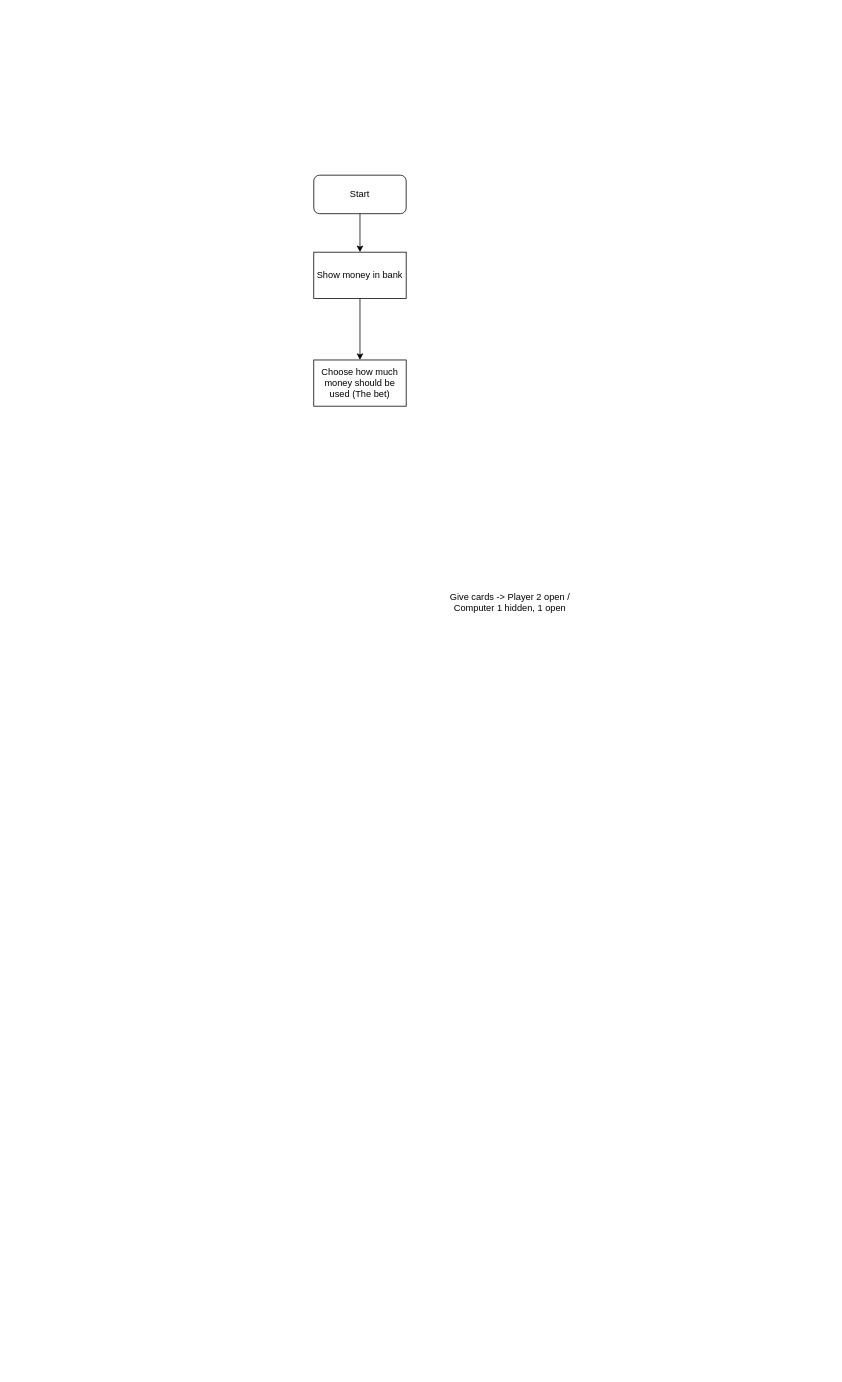
Lynxclick/100-Days-Python-Challenge-UL keeps this draw.io diagram as Untitled Diagram.drawio. Above is the earlier version. Source tidied: cells renumbered, new cells numbered last; positions are measured from the earlier drawing's top-left corner, leaving out a move shared by most shapes. Both pictures are drawn from the tidied source at 77%, with x=0, y=0 at pixel (313, 175).
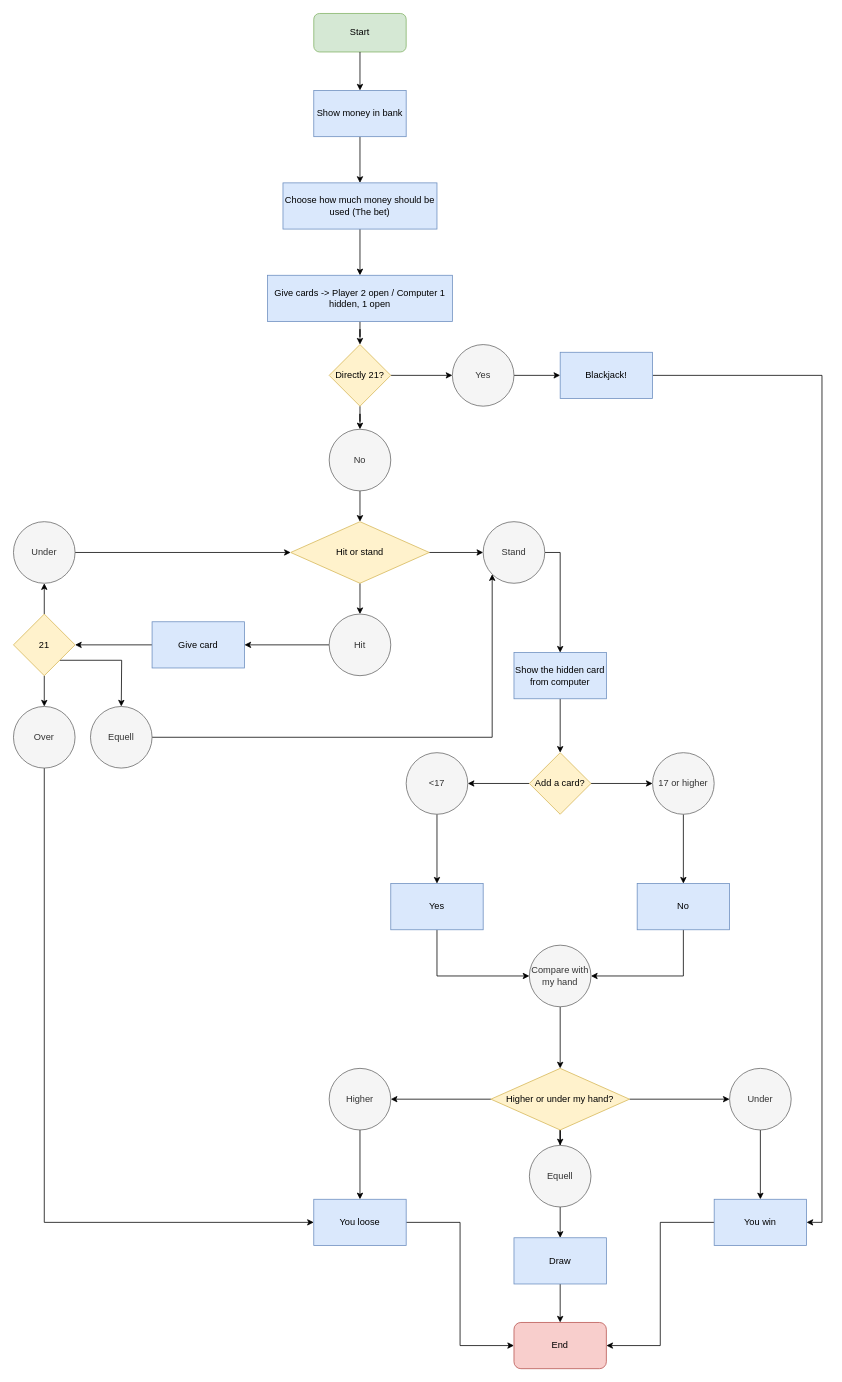
After the change.

Commit message (it also covers changes not shown here):
Update Diagram blackjack

Diff of the diagram source:
```diff
@@
-    <mxCell id="2" value="Start" style="rounded=1;whiteSpace=wrap;html=1;" parent="1" vertex="1">
-      <mxGeometry width="120" height="50" as="geometry" />
+    <mxCell id="2" value="Start" style="rounded=1;whiteSpace=wrap;html=1;fillColor=#d5e8d4;strokeColor=#82b366;" parent="1" vertex="1">
+      <mxGeometry y="-210" width="120" height="50" as="geometry" />
     </mxCell>
     <mxCell id="3" style="endArrow=classic;html=1;rounded=0;exitX=0.5;exitY=1;exitDx=0;exitDy=0;" parent="1" edge="1" source="2">
       <mxGeometry relative="1" as="geometry">
-        <mxPoint x="60" y="100" as="targetPoint" />
+        <mxPoint x="60" y="-110" as="targetPoint" />
       </mxGeometry>
     </mxCell>
-    <mxCell id="4" value="Give cards -&amp;gt; Player 2 open / Computer 1 hidden, 1 open" style="text;html=1;strokeColor=none;fillColor=none;align=center;verticalAlign=middle;whiteSpace=wrap;rounded=0;" parent="1" vertex="1">
-      <mxGeometry x="160" y="530" width="190" height="50" as="geometry" />
-    </mxCell>
-    <mxCell id="5" style="edgeStyle=orthogonalEdgeStyle;rounded=0;jettySize=auto;html=1;" parent="1" edge="1" source="6" target="7">
+    <mxCell id="5" style="edgeStyle=orthogonalEdgeStyle;rounded=0;jettySize=auto;html=1;entryX=0.5;entryY=0;entryDx=0;entryDy=0;" parent="1" edge="1" source="6" target="7">
       <mxGeometry relative="1" as="geometry" />
     </mxCell>
-    <mxCell id="6" value="Show money in bank" style="rounded=0;whiteSpace=wrap;html=1;" parent="1" vertex="1">
-      <mxGeometry y="100" width="120" height="60" as="geometry" />
+    <mxCell id="6" value="Show money in bank" style="rounded=0;whiteSpace=wrap;html=1;fillColor=#dae8fc;strokeColor=#6c8ebf;" parent="1" vertex="1">
+      <mxGeometry y="-110" width="120" height="60" as="geometry" />
     </mxCell>
+    <mxCell id="8" style="edgeStyle=orthogonalEdgeStyle;rounded=0;jettySize=auto;html=1;" parent="1" edge="1" source="10" target="14">
+      <mxGeometry relative="1" as="geometry" />
+    </mxCell>
+    <mxCell id="9" style="edgeStyle=orthogonalEdgeStyle;rounded=0;jettySize=auto;html=1;" parent="1" edge="1" source="10" target="17">
+      <mxGeometry relative="1" as="geometry" />
+    </mxCell>
+    <mxCell id="10" value="Hit or stand" style="rhombus;whiteSpace=wrap;html=1;rounded=0;fillColor=#fff2cc;strokeColor=#d6b656;" parent="1" vertex="1">
+      <mxGeometry x="-30" y="450" width="180" height="80" as="geometry" />
+    </mxCell>
+    <mxCell id="11" style="edgeStyle=orthogonalEdgeStyle;rounded=0;jettySize=auto;html=1;exitX=0;exitY=0.5;exitDx=0;exitDy=0;" parent="1" edge="1" source="14" target="13">
+      <mxGeometry relative="1" as="geometry" />
+    </mxCell>
+    <mxCell id="12" style="edgeStyle=orthogonalEdgeStyle;rounded=0;jettySize=auto;html=1;" parent="1" edge="1" source="13" target="50">
+      <mxGeometry relative="1" as="geometry" />
+    </mxCell>
+    <mxCell id="13" value="Give card" style="whiteSpace=wrap;html=1;rounded=0;fillColor=#dae8fc;strokeColor=#6c8ebf;" parent="1" vertex="1">
+      <mxGeometry x="-210" y="580" width="120" height="60" as="geometry" />
+    </mxCell>
+    <mxCell id="14" value="Hit" style="ellipse;whiteSpace=wrap;html=1;rounded=0;fillColor=#f5f5f5;fontColor=#333333;strokeColor=#666666;" parent="1" vertex="1">
+      <mxGeometry x="20" y="570" width="80" height="80" as="geometry" />
+    </mxCell>
+    <mxCell id="15" style="edgeStyle=orthogonalEdgeStyle;rounded=0;jettySize=auto;html=1;exitX=0.5;exitY=1;exitDx=0;exitDy=0;" parent="1" edge="1" source="7" target="4">
+      <mxGeometry relative="1" as="geometry" />
+    </mxCell>
+    <mxCell id="16" style="edgeStyle=orthogonalEdgeStyle;rounded=0;jettySize=auto;html=1;exitX=1;exitY=0.5;exitDx=0;exitDy=0;entryX=0.5;entryY=0;entryDx=0;entryDy=0;" parent="1" edge="1" source="17" target="20">
+      <mxGeometry relative="1" as="geometry" />
+    </mxCell>
+    <mxCell id="17" value="Stand" style="ellipse;whiteSpace=wrap;html=1;rounded=0;fillColor=#f5f5f5;fontColor=#333333;strokeColor=#666666;" parent="1" vertex="1">
+      <mxGeometry x="220" y="450" width="80" height="80" as="geometry" />
+    </mxCell>
+    <mxCell id="18" style="edgeStyle=orthogonalEdgeStyle;rounded=0;jettySize=auto;html=1;" parent="1" edge="1" source="4" target="57">
+      <mxGeometry relative="1" as="geometry" />
+    </mxCell>
+    <mxCell id="4" value="Give cards -&amp;gt; Player 2 open / Computer 1 hidden, 1 open" style="whiteSpace=wrap;html=1;rounded=0;fillColor=#dae8fc;strokeColor=#6c8ebf;" parent="1" vertex="1">
+      <mxGeometry x="-60" y="130" width="240" height="60" as="geometry" />
+    </mxCell>
+    <mxCell id="19" style="edgeStyle=orthogonalEdgeStyle;rounded=0;jettySize=auto;html=1;" parent="1" edge="1" source="20" target="23">
+      <mxGeometry relative="1" as="geometry" />
+    </mxCell>
+    <mxCell id="20" value="Show the hidden card from computer" style="whiteSpace=wrap;html=1;rounded=0;fillColor=#dae8fc;strokeColor=#6c8ebf;" parent="1" vertex="1">
+      <mxGeometry x="260" y="620" width="120" height="60" as="geometry" />
+    </mxCell>
+    <mxCell id="21" style="edgeStyle=orthogonalEdgeStyle;rounded=0;jettySize=auto;html=1;" parent="1" edge="1" source="23" target="25">
+      <mxGeometry relative="1" as="geometry" />
+    </mxCell>
+    <mxCell id="22" style="edgeStyle=orthogonalEdgeStyle;rounded=0;jettySize=auto;html=1;" parent="1" edge="1" source="23" target="29">
+      <mxGeometry relative="1" as="geometry" />
+    </mxCell>
+    <mxCell id="23" value="Add a card?" style="rhombus;whiteSpace=wrap;html=1;rounded=0;fillColor=#fff2cc;strokeColor=#d6b656;" parent="1" vertex="1">
+      <mxGeometry x="280" y="750" width="80" height="80" as="geometry" />
+    </mxCell>
+    <mxCell id="24" style="edgeStyle=orthogonalEdgeStyle;rounded=0;jettySize=auto;html=1;" parent="1" edge="1" source="25" target="27">
+      <mxGeometry relative="1" as="geometry" />
+    </mxCell>
+    <mxCell id="25" value="&amp;lt;17" style="ellipse;whiteSpace=wrap;html=1;rounded=0;fillColor=#f5f5f5;fontColor=#333333;strokeColor=#666666;" parent="1" vertex="1">
+      <mxGeometry x="120" y="750" width="80" height="80" as="geometry" />
+    </mxCell>
+    <mxCell id="26" style="edgeStyle=orthogonalEdgeStyle;rounded=0;jettySize=auto;html=1;exitX=0.5;exitY=1;exitDx=0;exitDy=0;entryX=0;entryY=0.5;entryDx=0;entryDy=0;" parent="1" edge="1" source="27" target="33">
+      <mxGeometry relative="1" as="geometry">
+        <Array as="points">
+          <mxPoint x="160" y="1040" />
+        </Array>
+      </mxGeometry>
+    </mxCell>
+    <mxCell id="27" value="Yes" style="whiteSpace=wrap;html=1;rounded=0;fillColor=#dae8fc;strokeColor=#6c8ebf;" parent="1" vertex="1">
+      <mxGeometry x="100" y="920" width="120" height="60" as="geometry" />
+    </mxCell>
+    <mxCell id="28" style="edgeStyle=orthogonalEdgeStyle;rounded=0;jettySize=auto;html=1;" parent="1" edge="1" source="29" target="31">
+      <mxGeometry relative="1" as="geometry" />
+    </mxCell>
+    <mxCell id="29" value="17 or higher" style="ellipse;whiteSpace=wrap;html=1;rounded=0;fillColor=#f5f5f5;fontColor=#333333;strokeColor=#666666;" parent="1" vertex="1">
+      <mxGeometry x="440" y="750" width="80" height="80" as="geometry" />
+    </mxCell>
+    <mxCell id="30" style="edgeStyle=orthogonalEdgeStyle;rounded=0;jettySize=auto;html=1;exitX=0.5;exitY=1;exitDx=0;exitDy=0;entryX=1;entryY=0.5;entryDx=0;entryDy=0;" parent="1" edge="1" source="31" target="33">
+      <mxGeometry relative="1" as="geometry">
+        <Array as="points">
+          <mxPoint x="480" y="1040" />
+        </Array>
+      </mxGeometry>
+    </mxCell>
+    <mxCell id="31" value="No" style="whiteSpace=wrap;html=1;rounded=0;fillColor=#dae8fc;strokeColor=#6c8ebf;" parent="1" vertex="1">
+      <mxGeometry x="420" y="920" width="120" height="60" as="geometry" />
+    </mxCell>
+    <mxCell id="32" style="edgeStyle=orthogonalEdgeStyle;rounded=0;jettySize=auto;html=1;" parent="1" edge="1" source="33" target="37">
+      <mxGeometry relative="1" as="geometry" />
+    </mxCell>
+    <mxCell id="33" value="Compare with my hand" style="ellipse;whiteSpace=wrap;html=1;fillColor=#f5f5f5;fontColor=#333333;strokeColor=#666666;" parent="1" vertex="1">
+      <mxGeometry x="280" y="1000" width="80" height="80" as="geometry" />
+    </mxCell>
+    <mxCell id="34" style="edgeStyle=orthogonalEdgeStyle;rounded=0;jettySize=auto;html=1;" parent="1" edge="1" source="37" target="39">
+      <mxGeometry relative="1" as="geometry" />
+    </mxCell>
+    <mxCell id="35" style="edgeStyle=orthogonalEdgeStyle;rounded=0;jettySize=auto;html=1;" parent="1" edge="1" source="37" target="44">
+      <mxGeometry relative="1" as="geometry" />
+    </mxCell>
+    <mxCell id="36" style="edgeStyle=orthogonalEdgeStyle;rounded=0;jettySize=auto;html=1;" parent="1" edge="1" source="37" target="67">
+      <mxGeometry relative="1" as="geometry" />
+    </mxCell>
+    <mxCell id="37" value="Higher or under my hand?" style="rhombus;whiteSpace=wrap;html=1;fillColor=#fff2cc;strokeColor=#d6b656;" parent="1" vertex="1">
+      <mxGeometry x="230" y="1160" width="180" height="80" as="geometry" />
+    </mxCell>
+    <mxCell id="38" style="edgeStyle=orthogonalEdgeStyle;rounded=0;jettySize=auto;html=1;" parent="1" edge="1" source="39" target="41">
+      <mxGeometry relative="1" as="geometry" />
+    </mxCell>
+    <mxCell id="39" value="Higher" style="ellipse;whiteSpace=wrap;html=1;fillColor=#f5f5f5;fontColor=#333333;strokeColor=#666666;" parent="1" vertex="1">
+      <mxGeometry x="20" y="1160" width="80" height="80" as="geometry" />
+    </mxCell>
+    <mxCell id="40" style="edgeStyle=orthogonalEdgeStyle;rounded=0;jettySize=auto;html=1;exitX=1;exitY=0.5;exitDx=0;exitDy=0;entryX=0;entryY=0.5;entryDx=0;entryDy=0;" parent="1" edge="1" source="41" target="42">
+      <mxGeometry relative="1" as="geometry" />
+    </mxCell>
+    <mxCell id="41" value="You loose" style="whiteSpace=wrap;html=1;fillColor=#dae8fc;strokeColor=#6c8ebf;" parent="1" vertex="1">
+      <mxGeometry y="1330" width="120" height="60" as="geometry" />
+    </mxCell>
+    <mxCell id="42" value="End" style="rounded=1;whiteSpace=wrap;html=1;fillColor=#f8cecc;strokeColor=#b85450;" parent="1" vertex="1">
+      <mxGeometry x="260" y="1490" width="120" height="60" as="geometry" />
+    </mxCell>
+    <mxCell id="43" style="edgeStyle=orthogonalEdgeStyle;rounded=0;jettySize=auto;html=1;" parent="1" edge="1" source="44" target="46">
+      <mxGeometry relative="1" as="geometry" />
+    </mxCell>
+    <mxCell id="44" value="Under" style="ellipse;whiteSpace=wrap;html=1;fillColor=#f5f5f5;fontColor=#333333;strokeColor=#666666;" parent="1" vertex="1">
+      <mxGeometry x="540" y="1160" width="80" height="80" as="geometry" />
+    </mxCell>
+    <mxCell id="45" style="edgeStyle=orthogonalEdgeStyle;rounded=0;jettySize=auto;html=1;entryX=1;entryY=0.5;entryDx=0;entryDy=0;" parent="1" edge="1" source="46" target="42">
+      <mxGeometry relative="1" as="geometry" />
+    </mxCell>
+    <mxCell id="46" value="You win" style="whiteSpace=wrap;html=1;fillColor=#dae8fc;strokeColor=#6c8ebf;" parent="1" vertex="1">
+      <mxGeometry x="520" y="1330" width="120" height="60" as="geometry" />
+    </mxCell>
+    <mxCell id="47" style="edgeStyle=orthogonalEdgeStyle;rounded=0;jettySize=auto;html=1;" parent="1" edge="1" source="50" target="52">
+      <mxGeometry relative="1" as="geometry" />
+    </mxCell>
+    <mxCell id="48" style="edgeStyle=orthogonalEdgeStyle;rounded=0;jettySize=auto;html=1;" parent="1" edge="1" source="50" target="54">
+      <mxGeometry relative="1" as="geometry" />
+    </mxCell>
+    <mxCell id="49" style="edgeStyle=orthogonalEdgeStyle;rounded=0;jettySize=auto;html=1;exitX=1;exitY=1;exitDx=0;exitDy=0;" parent="1" edge="1" source="50">
+      <mxGeometry relative="1" as="geometry">
+        <mxPoint x="-250" y="690" as="targetPoint" />
+      </mxGeometry>
+    </mxCell>
+    <mxCell id="50" value="21" style="rhombus;whiteSpace=wrap;html=1;rounded=0;fillColor=#fff2cc;strokeColor=#d6b656;" parent="1" vertex="1">
+      <mxGeometry x="-390" y="570" width="80" height="80" as="geometry" />
+    </mxCell>
+    <mxCell id="51" style="edgeStyle=orthogonalEdgeStyle;rounded=0;jettySize=auto;html=1;exitX=1;exitY=0.5;exitDx=0;exitDy=0;entryX=0;entryY=0.5;entryDx=0;entryDy=0;" parent="1" edge="1" source="52" target="10">
+      <mxGeometry relative="1" as="geometry" />
+    </mxCell>
+    <mxCell id="52" value="Under" style="ellipse;whiteSpace=wrap;html=1;rounded=0;fillColor=#f5f5f5;fontColor=#333333;strokeColor=#666666;" parent="1" vertex="1">
+      <mxGeometry x="-390" y="450" width="80" height="80" as="geometry" />
+    </mxCell>
+    <mxCell id="53" style="edgeStyle=orthogonalEdgeStyle;rounded=0;jettySize=auto;html=1;exitX=0.5;exitY=1;exitDx=0;exitDy=0;entryX=0;entryY=0.5;entryDx=0;entryDy=0;" parent="1" edge="1" source="54" target="41">
+      <mxGeometry relative="1" as="geometry" />
+    </mxCell>
+    <mxCell id="54" value="Over" style="ellipse;whiteSpace=wrap;html=1;rounded=0;fillColor=#f5f5f5;fontColor=#333333;strokeColor=#666666;" parent="1" vertex="1">
+      <mxGeometry x="-390" y="690" width="80" height="80" as="geometry" />
+    </mxCell>
+    <mxCell id="55" style="edgeStyle=orthogonalEdgeStyle;rounded=0;jettySize=auto;html=1;" parent="1" edge="1" source="57" target="59">
+      <mxGeometry relative="1" as="geometry" />
+    </mxCell>
+    <mxCell id="56" style="edgeStyle=orthogonalEdgeStyle;rounded=0;jettySize=auto;html=1;" parent="1" edge="1" source="57" target="63">
+      <mxGeometry relative="1" as="geometry" />
+    </mxCell>
+    <mxCell id="57" value="Directly 21?" style="rhombus;whiteSpace=wrap;html=1;rounded=0;fillColor=#fff2cc;strokeColor=#d6b656;" parent="1" vertex="1">
+      <mxGeometry x="20" y="220" width="80" height="80" as="geometry" />
+    </mxCell>
+    <mxCell id="58" style="edgeStyle=orthogonalEdgeStyle;rounded=0;jettySize=auto;html=1;" parent="1" edge="1" source="59" target="61">
+      <mxGeometry relative="1" as="geometry" />
+    </mxCell>
+    <mxCell id="59" value="Yes" style="ellipse;whiteSpace=wrap;html=1;rounded=0;fillColor=#f5f5f5;strokeColor=#666666;fontColor=#333333;" parent="1" vertex="1">
+      <mxGeometry x="180" y="220" width="80" height="80" as="geometry" />
+    </mxCell>
+    <mxCell id="60" style="edgeStyle=orthogonalEdgeStyle;rounded=0;jettySize=auto;html=1;exitX=1;exitY=0.5;exitDx=0;exitDy=0;entryX=1;entryY=0.5;entryDx=0;entryDy=0;" parent="1" edge="1" source="61" target="46">
+      <mxGeometry relative="1" as="geometry" />
+    </mxCell>
+    <mxCell id="61" value="Blackjack!" style="whiteSpace=wrap;html=1;rounded=0;fillColor=#dae8fc;strokeColor=#6c8ebf;" parent="1" vertex="1">
+      <mxGeometry x="320" y="230" width="120" height="60" as="geometry" />
+    </mxCell>
+    <mxCell id="62" style="edgeStyle=orthogonalEdgeStyle;rounded=0;jettySize=auto;html=1;exitX=0.5;exitY=1;exitDx=0;exitDy=0;entryX=0.5;entryY=0;entryDx=0;entryDy=0;" parent="1" edge="1" source="63" target="10">
+      <mxGeometry relative="1" as="geometry" />
+    </mxCell>
+    <mxCell id="63" value="No" style="ellipse;whiteSpace=wrap;html=1;rounded=0;fillColor=#f5f5f5;fontColor=#333333;strokeColor=#666666;" parent="1" vertex="1">
+      <mxGeometry x="20" y="330" width="80" height="80" as="geometry" />
+    </mxCell>
+    <mxCell id="64" style="edgeStyle=orthogonalEdgeStyle;rounded=0;jettySize=auto;html=1;exitX=1;exitY=0.5;exitDx=0;exitDy=0;entryX=0;entryY=1;entryDx=0;entryDy=0;" parent="1" edge="1" source="65" target="17">
+      <mxGeometry relative="1" as="geometry" />
+    </mxCell>
+    <mxCell id="65" value="Equell" style="ellipse;whiteSpace=wrap;html=1;rounded=0;fillColor=#f5f5f5;fontColor=#333333;strokeColor=#666666;" parent="1" vertex="1">
+      <mxGeometry x="-290" y="690" width="80" height="80" as="geometry" />
+    </mxCell>
+    <mxCell id="66" style="edgeStyle=orthogonalEdgeStyle;rounded=0;jettySize=auto;html=1;" parent="1" edge="1" source="67" target="69">
+      <mxGeometry relative="1" as="geometry" />
+    </mxCell>
+    <mxCell id="67" value="Equell" style="ellipse;whiteSpace=wrap;html=1;fillColor=#f5f5f5;fontColor=#333333;strokeColor=#666666;" parent="1" vertex="1">
+      <mxGeometry x="280" y="1260" width="80" height="80" as="geometry" />
+    </mxCell>
+    <mxCell id="68" style="edgeStyle=orthogonalEdgeStyle;rounded=0;jettySize=auto;html=1;exitX=0.5;exitY=1;exitDx=0;exitDy=0;entryX=0.5;entryY=0;entryDx=0;entryDy=0;" parent="1" edge="1" source="69" target="42">
+      <mxGeometry relative="1" as="geometry" />
+    </mxCell>
+    <mxCell id="69" value="Draw" style="whiteSpace=wrap;html=1;fillColor=#dae8fc;strokeColor=#6c8ebf;" parent="1" vertex="1">
+      <mxGeometry x="260" y="1380" width="120" height="60" as="geometry" />
+    </mxCell>
-    <mxCell id="7" value="Choose how much money should be used (The bet)" style="rounded=0;whiteSpace=wrap;html=1;" parent="1" vertex="1">
-      <mxGeometry y="240" width="120" height="60" as="geometry" />
+    <mxCell id="7" value="Choose how much money should be used (The bet)" style="rounded=0;whiteSpace=wrap;html=1;fillColor=#dae8fc;strokeColor=#6c8ebf;" parent="1" vertex="1">
+      <mxGeometry x="-40" y="10" width="200" height="60" as="geometry" />
     </mxCell>
```
